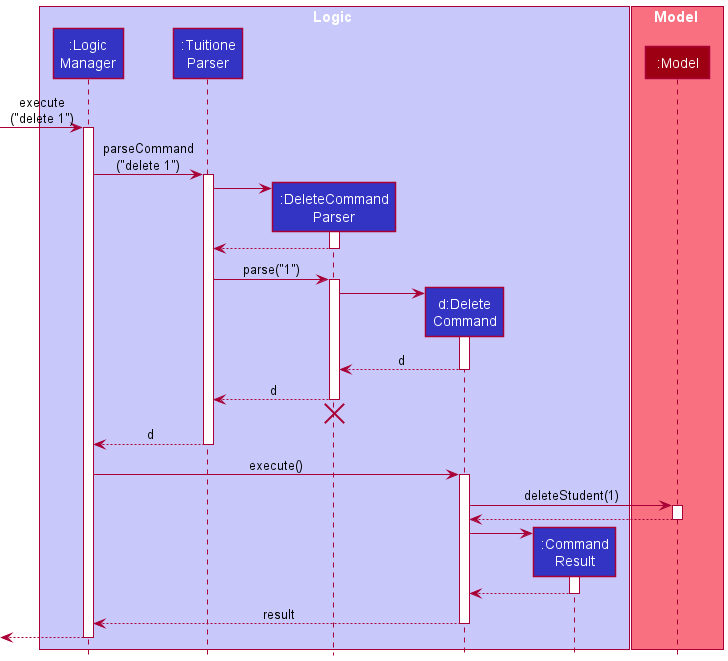
Before: docs/images/DeveloperGuideImage/DeleteSequenceDiagram.png, a diagram exported from PlantUML (nus-cs2103-AY2122S1/tp).
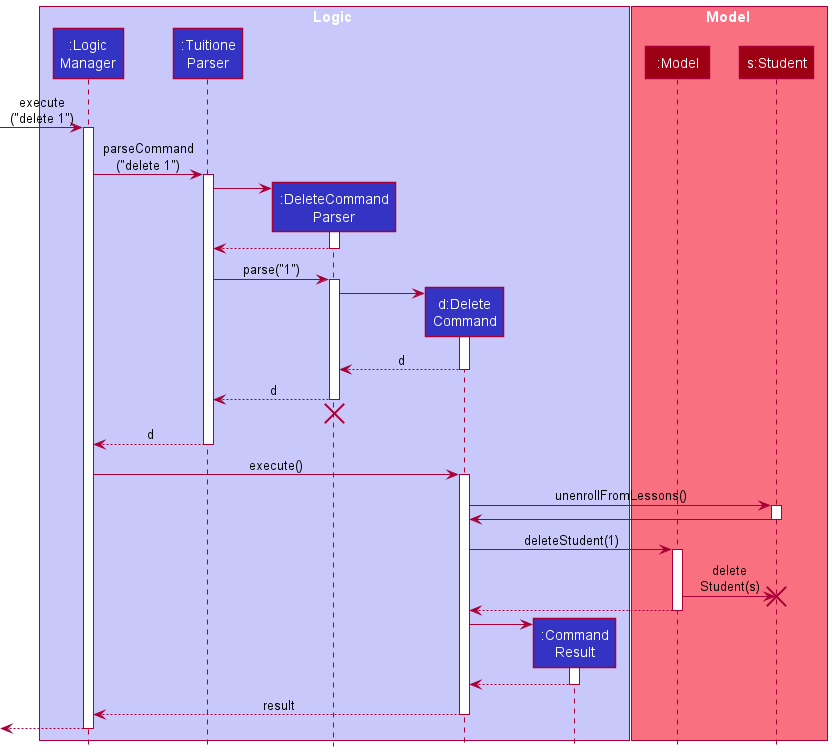
Later version of the same file.

Commit message:
Update sequence diagrams

The edit, as a diff of the source:
```diff
@@ -11,6 +11,7 @@
 
 box Model MODEL_COLOR_T1
 participant ":Model" as Model MODEL_COLOR
+participant "s:Student" as Student MODEL_COLOR
 end box
 
 [-> LogicManager : execute\n("delete 1")
@@ -47,8 +48,17 @@
 LogicManager -> DeleteCommand : execute()
 activate DeleteCommand
 
+DeleteCommand -> Student : unenrollFromLessons()
+activate Student
+
+Student -> DeleteCommand
+deactivate Student
+
 DeleteCommand -> Model : deleteStudent(1)
 activate Model
+
+Model -> Student : delete\nStudent(s)
+destroy Student
 
 Model --> DeleteCommand
 deactivate Model
```
